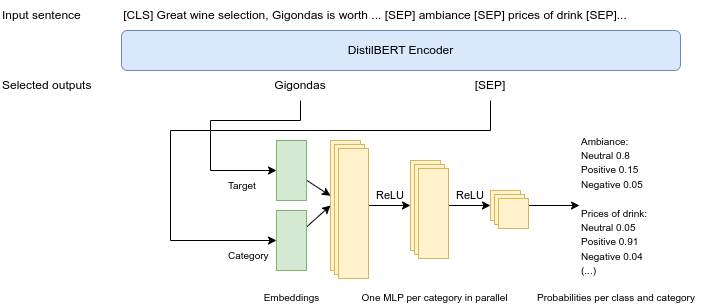
Earlier version of the draw.io export architecture.png (alexandremr01/aspect-based-sentiment-analysis). Source tidied: cells renumbered, new cells last; positions are measured from the earlier drawing's top-left corner, leaving out a move shared by most shapes.
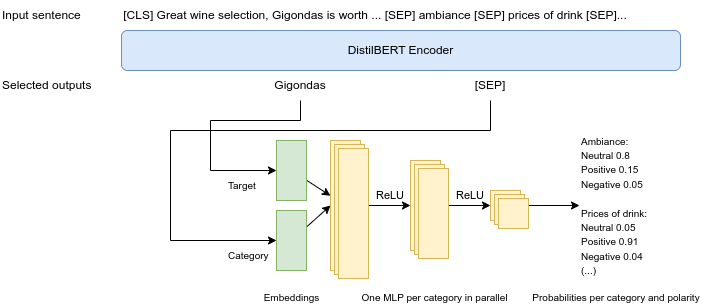
The same diagram one commit later.

Diff of the diagram source:
```diff
@@ -101,7 +101,7 @@
     <mxCell id="30" style="rounded=0;whiteSpace=wrap;html=1;fillColor=#fff2cc;strokeColor=#d6b656;" parent="1" vertex="1">
       <mxGeometry x="498" y="198" width="30" height="30" as="geometry" />
     </mxCell>
-    <mxCell id="31" value="&lt;span style=&quot;font-size: 10px;&quot;&gt;Probabilities per class and category&lt;/span&gt;" style="text;html=1;align=center;verticalAlign=middle;whiteSpace=wrap;rounded=0;" parent="1" vertex="1">
+    <mxCell id="31" value="&lt;span style=&quot;font-size: 10px;&quot;&gt;Probabilities per category and polarity&lt;/span&gt;" style="text;html=1;align=center;verticalAlign=middle;whiteSpace=wrap;rounded=0;" parent="1" vertex="1">
       <mxGeometry x="524" y="292" width="184" height="10" as="geometry" />
     </mxCell>
     <mxCell id="32" value="Target" style="text;html=1;align=left;verticalAlign=middle;whiteSpace=wrap;rounded=0;fontSize=10;" parent="1" vertex="1">
```
